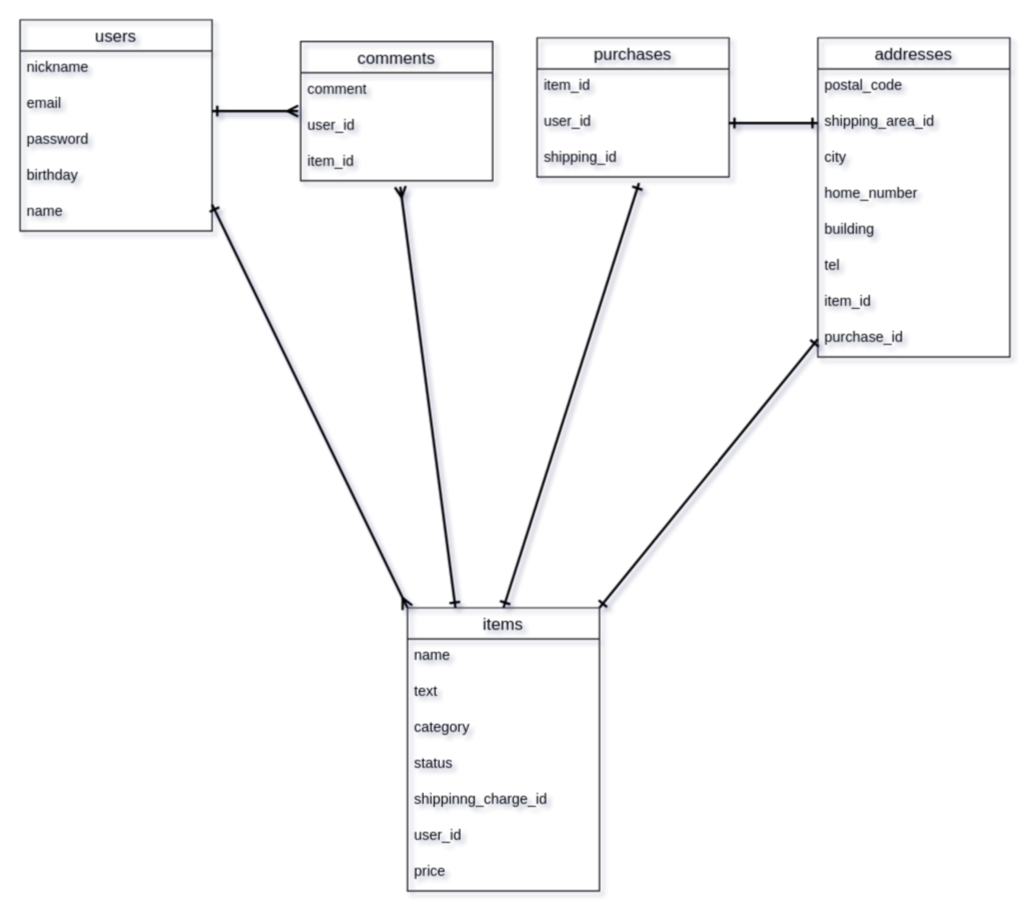
The draw.io diagram er .drawio in ka-jun/furima-33834, before the edit. Source tidied: cells renumbered, new cells numbered last; positions are measured from the earlier drawing's top-left corner, leaving out a move shared by most shapes. Both pictures are drawn from the tidied source at 120%, with x=0, y=0 at pixel (19, 19).
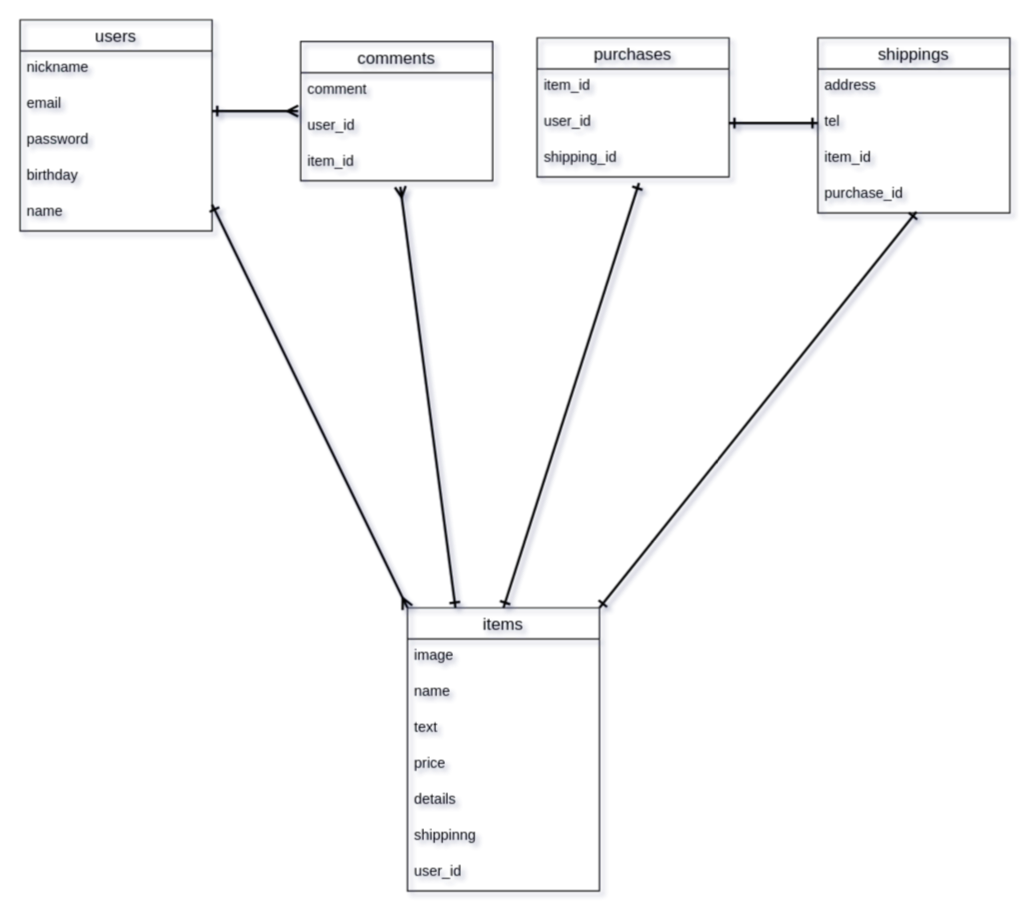
After the change.

Commit message (it also covers changes not shown here):
Revert "README修正7"

This reverts commit 515f4b8917a6b331d3f975b5ed28095a7b0d84a5.

The change refers to these unchanged cells:
```xml
<mxCell id="11" value="items" style="swimlane;fontStyle=0;horizontal=1;startSize=26;align=center;fontSize=14;fillColor=none;" parent="1" vertex="1">
  <mxGeometry x="323" y="490" width="160" height="236" as="geometry" />
</mxCell>
<mxCell id="21" value="user_id" style="text;strokeColor=none;fillColor=none;spacingLeft=4;spacingRight=4;overflow=hidden;points=[[0,0.5],[1,0.5]];portConstraint=eastwest;fontSize=12;" parent="19" vertex="1">
  <mxGeometry y="56" width="160" height="30" as="geometry" />
</mxCell>
```

The edit, as a diff of the source:
```diff
@@
-    <mxCell id="2" value="addresses" style="swimlane;fontStyle=0;horizontal=1;startSize=26;align=center;fontSize=14;fillColor=none;" parent="1" vertex="1">
-      <mxGeometry x="665" y="15" width="160" height="266" as="geometry" />
+    <mxCell id="2" value="shippings" style="swimlane;fontStyle=0;horizontal=1;startSize=26;align=center;fontSize=14;fillColor=none;" parent="1" vertex="1">
+      <mxGeometry x="665" y="15" width="160" height="146" as="geometry" />
     </mxCell>
-    <mxCell id="3" value="postal_code" style="text;strokeColor=none;fillColor=none;spacingLeft=4;spacingRight=4;overflow=hidden;fontSize=12;" parent="2" vertex="1">
-      <mxGeometry y="26" width="160" height="30" as="geometry" />
-    </mxCell>
-    <mxCell id="4" value="shipping_area_id" style="text;strokeColor=none;fillColor=none;spacingLeft=4;spacingRight=4;overflow=hidden;points=[[0,0.5],[1,0.5]];portConstraint=eastwest;fontSize=12;" parent="2" vertex="1">
-      <mxGeometry y="56" width="160" height="30" as="geometry" />
+    <mxCell id="4" value="address" style="text;strokeColor=none;fillColor=none;spacingLeft=4;spacingRight=4;overflow=hidden;points=[[0,0.5],[1,0.5]];portConstraint=eastwest;fontSize=12;" parent="2" vertex="1">
+      <mxGeometry y="26" width="160" height="30" as="geometry" />
     </mxCell>
-    <mxCell id="5" value="city" style="text;strokeColor=none;fillColor=none;spacingLeft=4;spacingRight=4;overflow=hidden;fontSize=12;" parent="2" vertex="1">
-      <mxGeometry y="86" width="160" height="30" as="geometry" />
-    </mxCell>
-    <mxCell id="6" value="home_number" style="text;strokeColor=none;fillColor=none;spacingLeft=4;spacingRight=4;overflow=hidden;fontSize=12;" parent="2" vertex="1">
-      <mxGeometry y="116" width="160" height="30" as="geometry" />
-    </mxCell>
-    <mxCell id="7" value="building" style="text;strokeColor=none;fillColor=none;spacingLeft=4;spacingRight=4;overflow=hidden;fontSize=12;" parent="2" vertex="1">
-      <mxGeometry y="146" width="160" height="30" as="geometry" />
-    </mxCell>
     <mxCell id="8" value="tel" style="text;strokeColor=none;fillColor=none;spacingLeft=4;spacingRight=4;overflow=hidden;points=[[0,0.5],[1,0.5]];portConstraint=eastwest;fontSize=12;" parent="2" vertex="1">
-      <mxGeometry y="176" width="160" height="30" as="geometry" />
+      <mxGeometry y="56" width="160" height="30" as="geometry" />
     </mxCell>
     <mxCell id="9" value="item_id" style="text;strokeColor=none;fillColor=none;spacingLeft=4;spacingRight=4;overflow=hidden;fontSize=12;" parent="2" vertex="1">
-      <mxGeometry y="206" width="160" height="30" as="geometry" />
+      <mxGeometry y="86" width="160" height="30" as="geometry" />
     </mxCell>
     <mxCell id="10" value="purchase_id" style="text;strokeColor=none;fillColor=none;spacingLeft=4;spacingRight=4;overflow=hidden;points=[[0,0.5],[1,0.5]];portConstraint=eastwest;fontSize=12;" parent="2" vertex="1">
-      <mxGeometry y="236" width="160" height="30" as="geometry" />
+      <mxGeometry y="116" width="160" height="30" as="geometry" />
     </mxCell>
@@
+    <mxCell id="39" value="image" style="text;strokeColor=none;fillColor=none;spacingLeft=4;spacingRight=4;overflow=hidden;fontSize=12;" parent="11" vertex="1">
+      <mxGeometry y="26" width="160" height="30" as="geometry" />
+    </mxCell>
     <mxCell id="12" value="name" style="text;strokeColor=none;fillColor=none;spacingLeft=4;spacingRight=4;overflow=hidden;fontSize=12;" parent="11" vertex="1">
-      <mxGeometry y="26" width="160" height="30" as="geometry" />
+      <mxGeometry y="56" width="160" height="30" as="geometry" />
     </mxCell>
     <mxCell id="13" value="text" style="text;strokeColor=none;fillColor=none;spacingLeft=4;spacingRight=4;overflow=hidden;fontSize=12;" parent="11" vertex="1">
-      <mxGeometry y="56" width="160" height="30" as="geometry" />
+      <mxGeometry y="86" width="160" height="30" as="geometry" />
     </mxCell>
-    <mxCell id="14" value="category" style="text;strokeColor=none;fillColor=none;spacingLeft=4;spacingRight=4;overflow=hidden;fontSize=12;" parent="11" vertex="1">
-      <mxGeometry y="86" width="160" height="30" as="geometry" />
-    </mxCell>
-    <mxCell id="15" value="status" style="text;strokeColor=none;fillColor=none;spacingLeft=4;spacingRight=4;overflow=hidden;fontSize=12;" parent="11" vertex="1">
-      <mxGeometry y="116" width="160" height="30" as="geometry" />
-    </mxCell>
+    <mxCell id="18" value="price" style="text;strokeColor=none;fillColor=none;spacingLeft=4;spacingRight=4;overflow=hidden;fontSize=12;" parent="11" vertex="1">
+      <mxGeometry y="116" width="160" height="30" as="geometry" />
+    </mxCell>
+    <mxCell id="40" value="details" style="text;strokeColor=none;fillColor=none;spacingLeft=4;spacingRight=4;overflow=hidden;fontSize=12;" parent="11" vertex="1">
+      <mxGeometry y="146" width="160" height="30" as="geometry" />
+    </mxCell>
-    <mxCell id="16" value="shippinng_charge_id" style="text;strokeColor=none;fillColor=none;spacingLeft=4;spacingRight=4;overflow=hidden;fontSize=12;" parent="11" vertex="1">
-      <mxGeometry y="146" width="160" height="30" as="geometry" />
+    <mxCell id="16" value="shippinng" style="text;strokeColor=none;fillColor=none;spacingLeft=4;spacingRight=4;overflow=hidden;fontSize=12;" parent="11" vertex="1">
+      <mxGeometry y="176" width="160" height="30" as="geometry" />
     </mxCell>
     <mxCell id="17" value="user_id" style="text;strokeColor=none;fillColor=none;spacingLeft=4;spacingRight=4;overflow=hidden;fontSize=12;" parent="11" vertex="1">
-      <mxGeometry y="176" width="160" height="30" as="geometry" />
+      <mxGeometry y="206" width="160" height="30" as="geometry" />
     </mxCell>
-    <mxCell id="18" value="price" style="text;strokeColor=none;fillColor=none;spacingLeft=4;spacingRight=4;overflow=hidden;fontSize=12;" parent="11" vertex="1">
-      <mxGeometry y="206" width="160" height="30" as="geometry" />
-    </mxCell>
@@
-    <mxCell id="23" style="endArrow=ERone;html=1;strokeWidth=2;startArrow=ERone;startFill=0;endFill=0;exitX=1;exitY=0;exitDx=0;exitDy=0;entryX=0;entryY=0.5;entryDx=0;entryDy=0;" parent="1" edge="1" source="11" target="10">
+    <mxCell id="23" style="endArrow=ERone;html=1;strokeWidth=2;startArrow=ERone;startFill=0;endFill=0;exitX=1;exitY=0;exitDx=0;exitDy=0;entryX=0.513;entryY=0.967;entryDx=0;entryDy=0;entryPerimeter=0;" parent="1" edge="1" source="11" target="10">
       <mxGeometry relative="1" as="geometry" />
     </mxCell>
@@
-    <mxCell id="38" style="endArrow=ERone;html=1;strokeWidth=2;fontColor=#000000;exitX=1;exitY=0.5;exitDx=0;exitDy=0;entryX=0;entryY=0.5;entryDx=0;entryDy=0;startArrow=ERone;startFill=0;endFill=0;" parent="1" edge="1" source="21" target="4">
+    <mxCell id="38" style="endArrow=ERone;html=1;strokeWidth=2;fontColor=#000000;exitX=1;exitY=0.5;exitDx=0;exitDy=0;entryX=0;entryY=0.5;entryDx=0;entryDy=0;startArrow=ERone;startFill=0;endFill=0;" parent="1" edge="1" source="21" target="8">
       <mxGeometry relative="1" as="geometry" />
     </mxCell>
```
